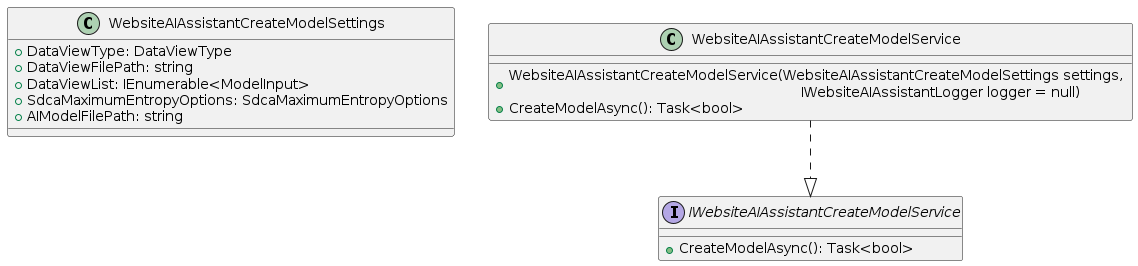
This is Docs/WebsiteAIAssistantCreateModelService.png from VeritasSoftware/WebsiteAIAssistant, a PlantUML export, as it was before one commit.
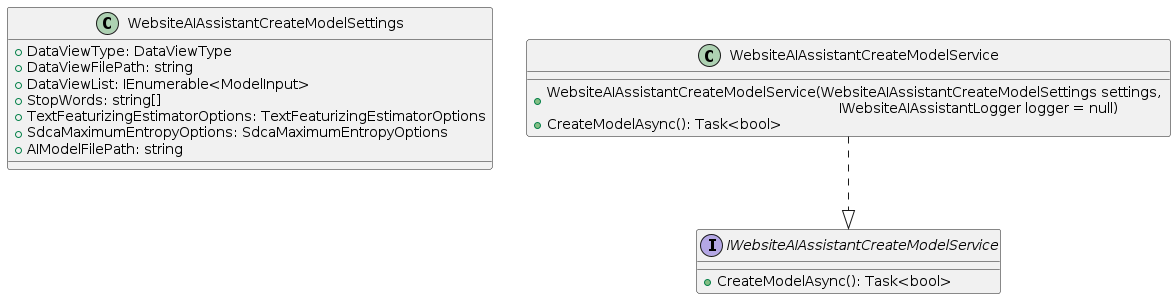
Later version of the same file.

What changed in the source:
```diff
@@ -4,6 +4,8 @@
   + DataViewType: DataViewType
   + DataViewFilePath: string
   + DataViewList: IEnumerable<ModelInput>
+  + StopWords: string[]
+  + TextFeaturizingEstimatorOptions: TextFeaturizingEstimatorOptions
   + SdcaMaximumEntropyOptions: SdcaMaximumEntropyOptions
   + AIModelFilePath: string
 }
```
